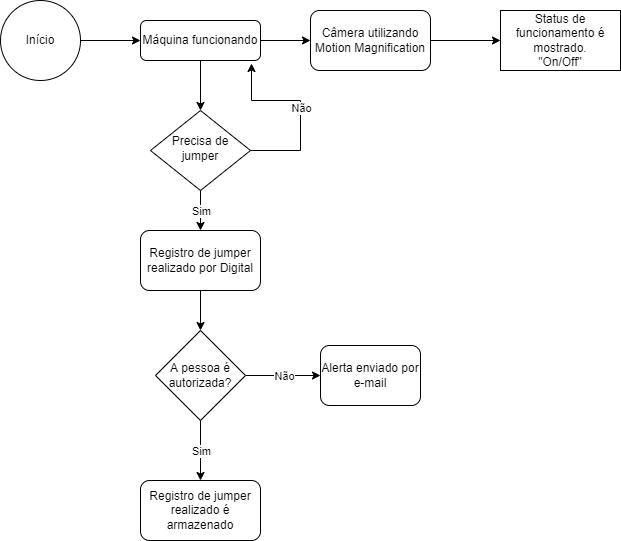
This is Documentação/fluxograma.drawio.png from MariannaSerpa/Projeto_SOA, a draw.io export, as it was before one commit. Source tidied: cells renumbered, new cells last; positions are measured from the earlier drawing's top-left corner, leaving out a move shared by most shapes.
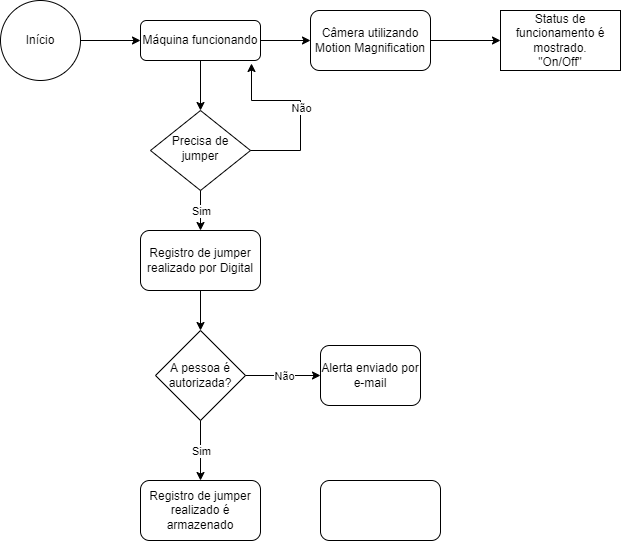
Above is the later version.

Change to the diagram source:
```diff
@@ -74,5 +74,8 @@
     <mxCell id="23" style="endArrow=classic;html=1;rounded=0;exitX=1;exitY=0.5;exitDx=0;exitDy=0;entryX=0;entryY=0.5;entryDx=0;entryDy=0;" parent="1" edge="1" source="5" target="22">
       <mxGeometry relative="1" as="geometry" />
     </mxCell>
+    <mxCell id="24" style="rounded=1;whiteSpace=wrap;html=1;" parent="1" vertex="1">
+      <mxGeometry x="320" y="480" width="120" height="60" as="geometry" />
+    </mxCell>
   </root>
 </mxGraphModel>
```
